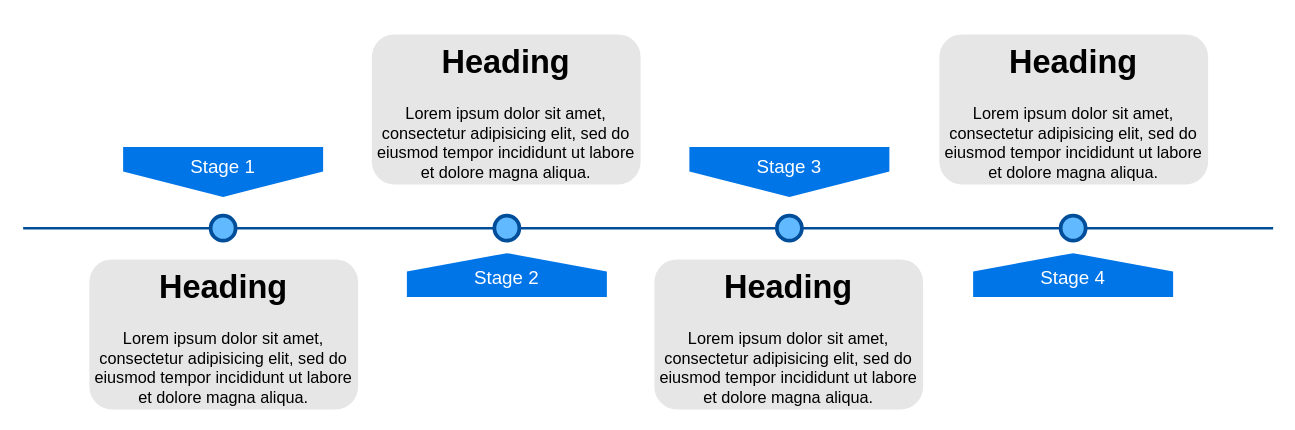
Earlier version of the draw.io diagram 未命名绘图.drawio (shuailee/note). Source tidied: cells renumbered, new cells numbered last; positions are measured from the earlier drawing's top-left corner, leaving out a move shared by most shapes. Both pictures are drawn from the tidied source at 125%, with x=0, y=0 at pixel (22, 34).
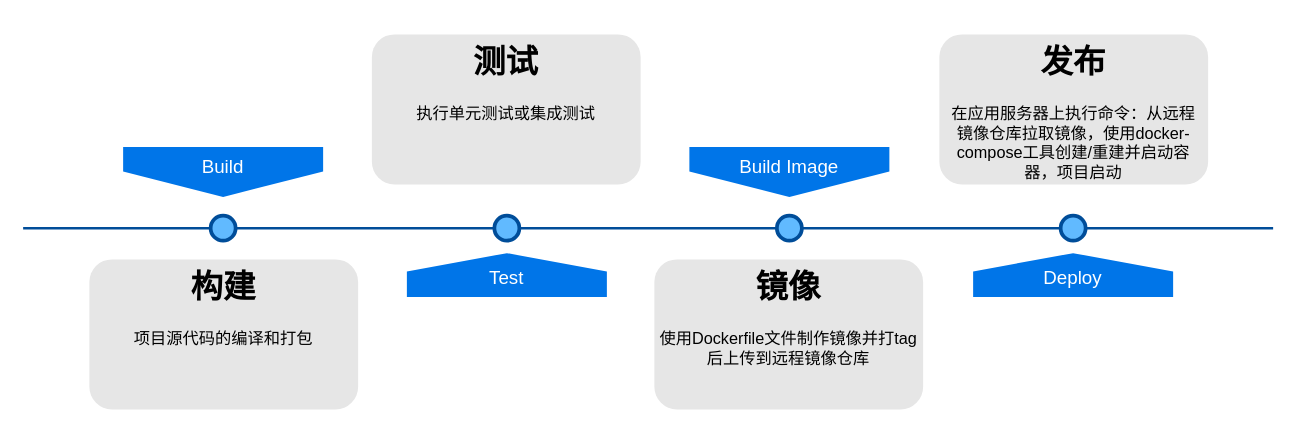
After the change.

What changed in the source:
```diff
@@
 <mxGraphModel background="#ffffff">
   <root>
     <mxCell id="0" />
     <mxCell id="1" parent="0" />
     <mxCell id="2" style="line;strokeWidth=2;html=1;fillColor=none;fontSize=28;fontColor=#004D99;strokeColor=#004D99;" parent="1" vertex="1">
       <mxGeometry y="150" width="1000" height="10" as="geometry" />
     </mxCell>
-    <mxCell id="3" value="Stage 1" style="shape=offPageConnector;whiteSpace=wrap;html=1;fillColor=#0075E8;fontSize=15;fontColor=#FFFFFF;size=0.5093750000000015;verticalAlign=top;strokeColor=none;" parent="1" vertex="1">
+    <mxCell id="3" value="Build" style="shape=offPageConnector;whiteSpace=wrap;html=1;fillColor=#0075E8;fontSize=15;fontColor=#FFFFFF;size=0.5093750000000015;verticalAlign=top;strokeColor=none;" parent="1" vertex="1">
       <mxGeometry x="80" y="90" width="160" height="40" as="geometry" />
     </mxCell>
-    <mxCell id="4" value="&lt;span&gt;Stage 3&lt;/span&gt;" style="shape=offPageConnector;whiteSpace=wrap;html=1;fillColor=#0075E8;fontSize=15;fontColor=#FFFFFF;size=0.5093750000000015;verticalAlign=top;strokeColor=none;" parent="1" vertex="1">
+    <mxCell id="4" value="Build Image" style="shape=offPageConnector;whiteSpace=wrap;html=1;fillColor=#0075E8;fontSize=15;fontColor=#FFFFFF;size=0.5093750000000015;verticalAlign=top;strokeColor=none;" parent="1" vertex="1">
       <mxGeometry x="533" y="90" width="160" height="40" as="geometry" />
     </mxCell>
-    <mxCell id="5" value="&lt;span&gt;Stage 2&lt;/span&gt;" style="shape=offPageConnector;whiteSpace=wrap;html=1;fillColor=#0075E8;fontSize=15;fontColor=#FFFFFF;size=0.4178571428571445;flipV=1;verticalAlign=bottom;strokeColor=none;spacingBottom=4;" parent="1" vertex="1">
+    <mxCell id="5" value="Test" style="shape=offPageConnector;whiteSpace=wrap;html=1;fillColor=#0075E8;fontSize=15;fontColor=#FFFFFF;size=0.4178571428571445;flipV=1;verticalAlign=bottom;strokeColor=none;spacingBottom=4;" parent="1" vertex="1">
       <mxGeometry x="307" y="175" width="160" height="35" as="geometry" />
     </mxCell>
-    <mxCell id="6" value="&lt;span&gt;Stage 4&lt;/span&gt;" style="shape=offPageConnector;whiteSpace=wrap;html=1;fillColor=#0075E8;fontSize=15;fontColor=#FFFFFF;size=0.4178571428571445;flipV=1;verticalAlign=bottom;strokeColor=none;spacingBottom=4;" parent="1" vertex="1">
+    <mxCell id="6" value="Deploy" style="shape=offPageConnector;whiteSpace=wrap;html=1;fillColor=#0075E8;fontSize=15;fontColor=#FFFFFF;size=0.4178571428571445;flipV=1;verticalAlign=bottom;strokeColor=none;spacingBottom=4;" parent="1" vertex="1">
       <mxGeometry x="760" y="175" width="160" height="35" as="geometry" />
     </mxCell>
     <mxCell id="7" style="ellipse;whiteSpace=wrap;html=1;fillColor=#61BAFF;fontSize=28;fontColor=#004D99;strokeWidth=3;strokeColor=#004D99;" parent="1" vertex="1">
       <mxGeometry x="150" y="145" width="20" height="20" as="geometry" />
     </mxCell>
     <mxCell id="8" style="ellipse;whiteSpace=wrap;html=1;fillColor=#61BAFF;fontSize=28;fontColor=#004D99;strokeWidth=3;strokeColor=#004D99;" parent="1" vertex="1">
       <mxGeometry x="377" y="145" width="20" height="20" as="geometry" />
     </mxCell>
     <mxCell id="9" style="ellipse;whiteSpace=wrap;html=1;fillColor=#61BAFF;fontSize=28;fontColor=#004D99;strokeWidth=3;strokeColor=#004D99;" parent="1" vertex="1">
       <mxGeometry x="603" y="145" width="20" height="20" as="geometry" />
     </mxCell>
     <mxCell id="10" style="ellipse;whiteSpace=wrap;html=1;fillColor=#61BAFF;fontSize=28;fontColor=#004D99;strokeWidth=3;strokeColor=#004D99;" parent="1" vertex="1">
       <mxGeometry x="830" y="145" width="20" height="20" as="geometry" />
     </mxCell>
-    <mxCell id="11" value="&lt;h1&gt;Heading&lt;/h1&gt;&lt;p&gt;Lorem ipsum dolor sit amet, consectetur adipisicing elit, sed do eiusmod tempor incididunt ut labore et dolore magna aliqua.&lt;/p&gt;" style="text;html=1;spacing=5;spacingTop=-20;whiteSpace=wrap;overflow=hidden;strokeColor=none;strokeWidth=3;fillColor=#E6E6E6;fontSize=13;fontColor=#000000;align=center;rounded=1;" parent="1" vertex="1">
+    <mxCell id="11" value="&lt;h1&gt;构建&lt;/h1&gt;&lt;p&gt;项目源代码的编译和打包&lt;/p&gt;" style="text;html=1;spacing=5;spacingTop=-20;whiteSpace=wrap;overflow=hidden;strokeColor=none;strokeWidth=3;fillColor=#E6E6E6;fontSize=13;fontColor=#000000;align=center;rounded=1;" parent="1" vertex="1">
       <mxGeometry x="53" y="180" width="215" height="120" as="geometry" />
     </mxCell>
-    <mxCell id="12" value="&lt;h1&gt;Heading&lt;/h1&gt;&lt;p&gt;Lorem ipsum dolor sit amet, consectetur adipisicing elit, sed do eiusmod tempor incididunt ut labore et dolore magna aliqua.&lt;/p&gt;" style="text;html=1;spacing=5;spacingTop=-20;whiteSpace=wrap;overflow=hidden;strokeColor=none;strokeWidth=3;fillColor=#E6E6E6;fontSize=13;fontColor=#000000;align=center;rounded=1;" parent="1" vertex="1">
+    <mxCell id="12" value="&lt;h1&gt;测试&lt;/h1&gt;&lt;p&gt;执行单元测试或集成测试&lt;/p&gt;" style="text;html=1;spacing=5;spacingTop=-20;whiteSpace=wrap;overflow=hidden;strokeColor=none;strokeWidth=3;fillColor=#E6E6E6;fontSize=13;fontColor=#000000;align=center;rounded=1;" parent="1" vertex="1">
       <mxGeometry x="279" width="215" height="120" as="geometry" />
     </mxCell>
-    <mxCell id="13" value="&lt;h1&gt;Heading&lt;/h1&gt;&lt;p&gt;Lorem ipsum dolor sit amet, consectetur adipisicing elit, sed do eiusmod tempor incididunt ut labore et dolore magna aliqua.&lt;/p&gt;" style="text;html=1;spacing=5;spacingTop=-20;whiteSpace=wrap;overflow=hidden;strokeColor=none;strokeWidth=3;fillColor=#E6E6E6;fontSize=13;fontColor=#000000;align=center;rounded=1;" parent="1" vertex="1">
+    <mxCell id="13" value="&lt;h1&gt;镜像&lt;/h1&gt;&lt;p&gt;使用Dockerfile文件制作镜像并打tag后上传到远程镜像仓库&lt;/p&gt;" style="text;html=1;spacing=5;spacingTop=-20;whiteSpace=wrap;overflow=hidden;strokeColor=none;strokeWidth=3;fillColor=#E6E6E6;fontSize=13;fontColor=#000000;align=center;rounded=1;" parent="1" vertex="1">
       <mxGeometry x="505" y="180" width="215" height="120" as="geometry" />
     </mxCell>
-    <mxCell id="14" value="&lt;h1&gt;Heading&lt;/h1&gt;&lt;p&gt;Lorem ipsum dolor sit amet, consectetur adipisicing elit, sed do eiusmod tempor incididunt ut labore et dolore magna aliqua.&lt;/p&gt;" style="text;html=1;spacing=5;spacingTop=-20;whiteSpace=wrap;overflow=hidden;strokeColor=none;strokeWidth=3;fillColor=#E6E6E6;fontSize=13;fontColor=#000000;align=center;rounded=1;" parent="1" vertex="1">
+    <mxCell id="14" value="&lt;h1&gt;发布&lt;/h1&gt;&lt;div&gt;在应用服务器上执行命令：从远程镜像仓库拉取镜像，使用docker-compose工具创建/重建并启动容器，项目启动&lt;/div&gt;&lt;div&gt;&lt;br&gt;&lt;/div&gt;" style="text;html=1;spacing=5;spacingTop=-20;whiteSpace=wrap;overflow=hidden;strokeColor=none;strokeWidth=3;fillColor=#E6E6E6;fontSize=13;fontColor=#000000;align=center;rounded=1;" parent="1" vertex="1">
       <mxGeometry x="733" width="215" height="120" as="geometry" />
     </mxCell>
   </root>
 </mxGraphModel>
```
